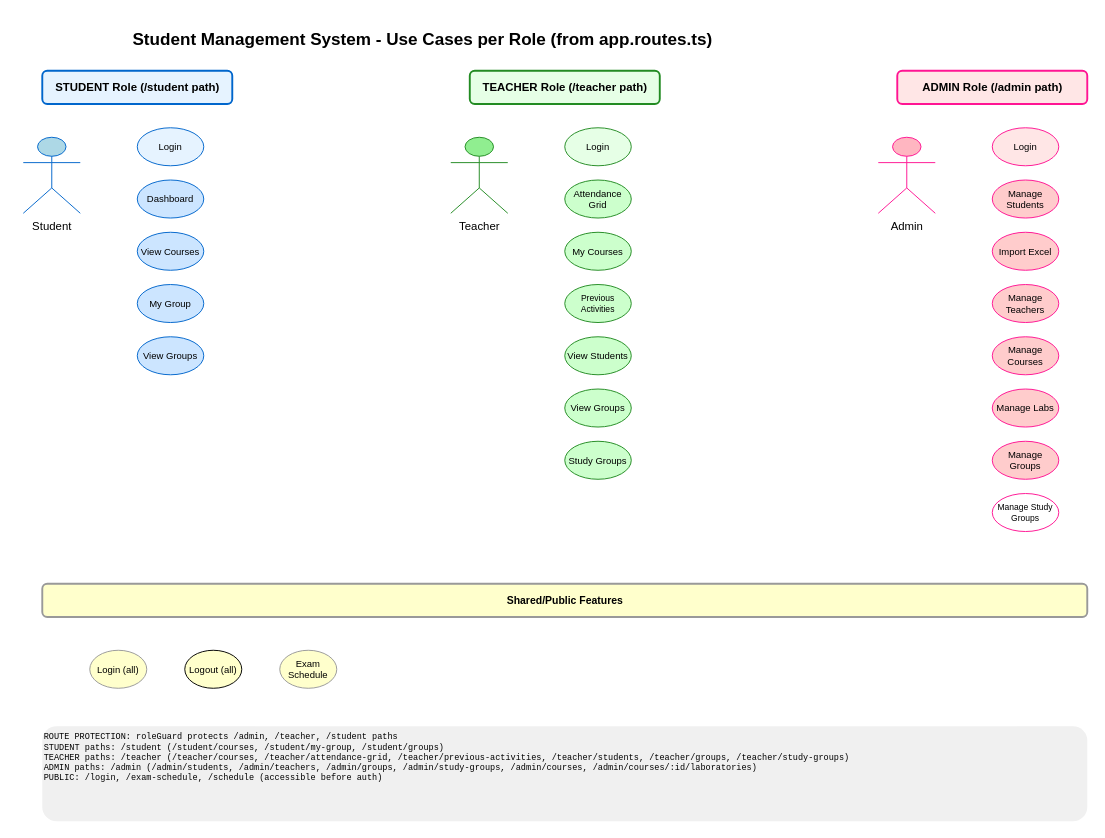
Before: licenta/diagrams/drawio/2_USE_CASES.drawio in Ghergutftw/Academo-v3, a draw.io diagram. Source tidied: cells renumbered, new cells numbered last; positions are measured from the earlier drawing's top-left corner, leaving out a move shared by most shapes. Both pictures are drawn from the tidied source at 95%, with x=0, y=0 at pixel (23, 23).
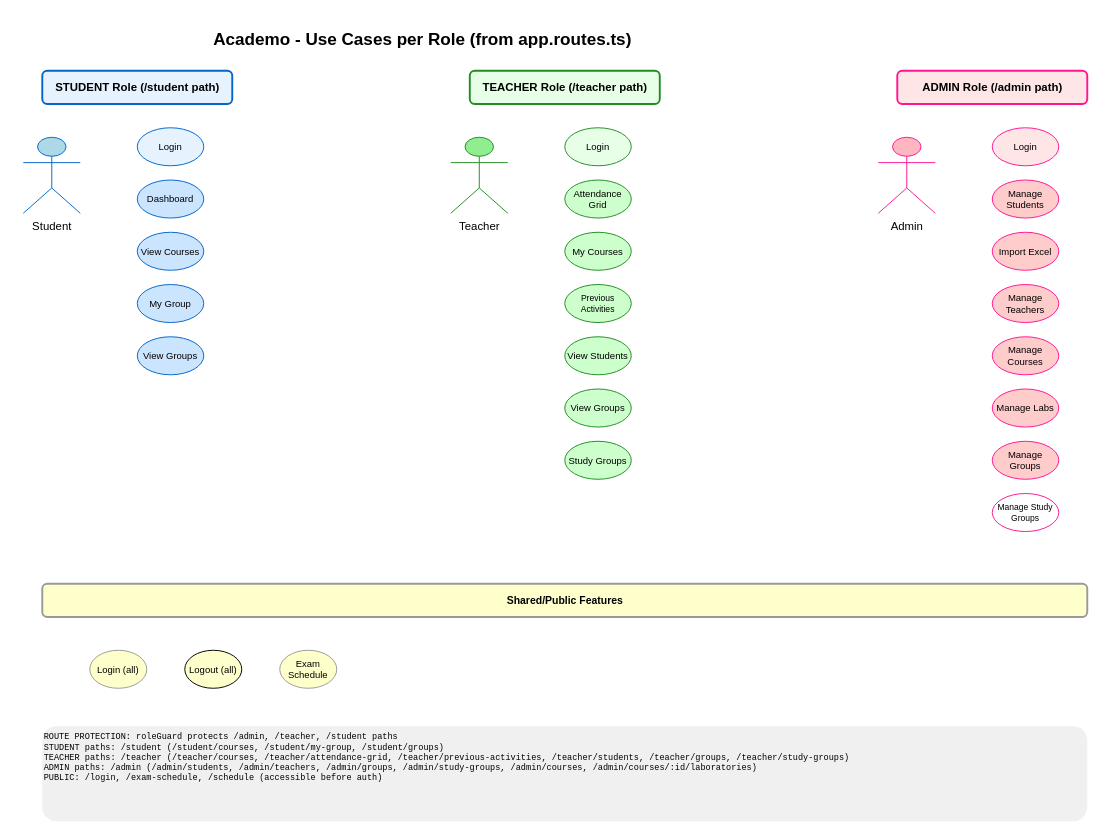
The same diagram, later.

Change to the diagram source:
```diff
@@
-    <mxCell id="2" value="Student Management System - Use Cases per Role (from app.routes.ts)" style="text;html=1;align=center;fontSize=18;fontStyle=1;fillColor=none;" parent="1" vertex="1">
+    <mxCell id="2" value="Academo - Use Cases per Role (from app.routes.ts)" style="text;html=1;align=center;fontSize=18;fontStyle=1;fillColor=none;" parent="1" vertex="1">
       <mxGeometry x="20" width="800" height="35" as="geometry" />
     </mxCell>
```
